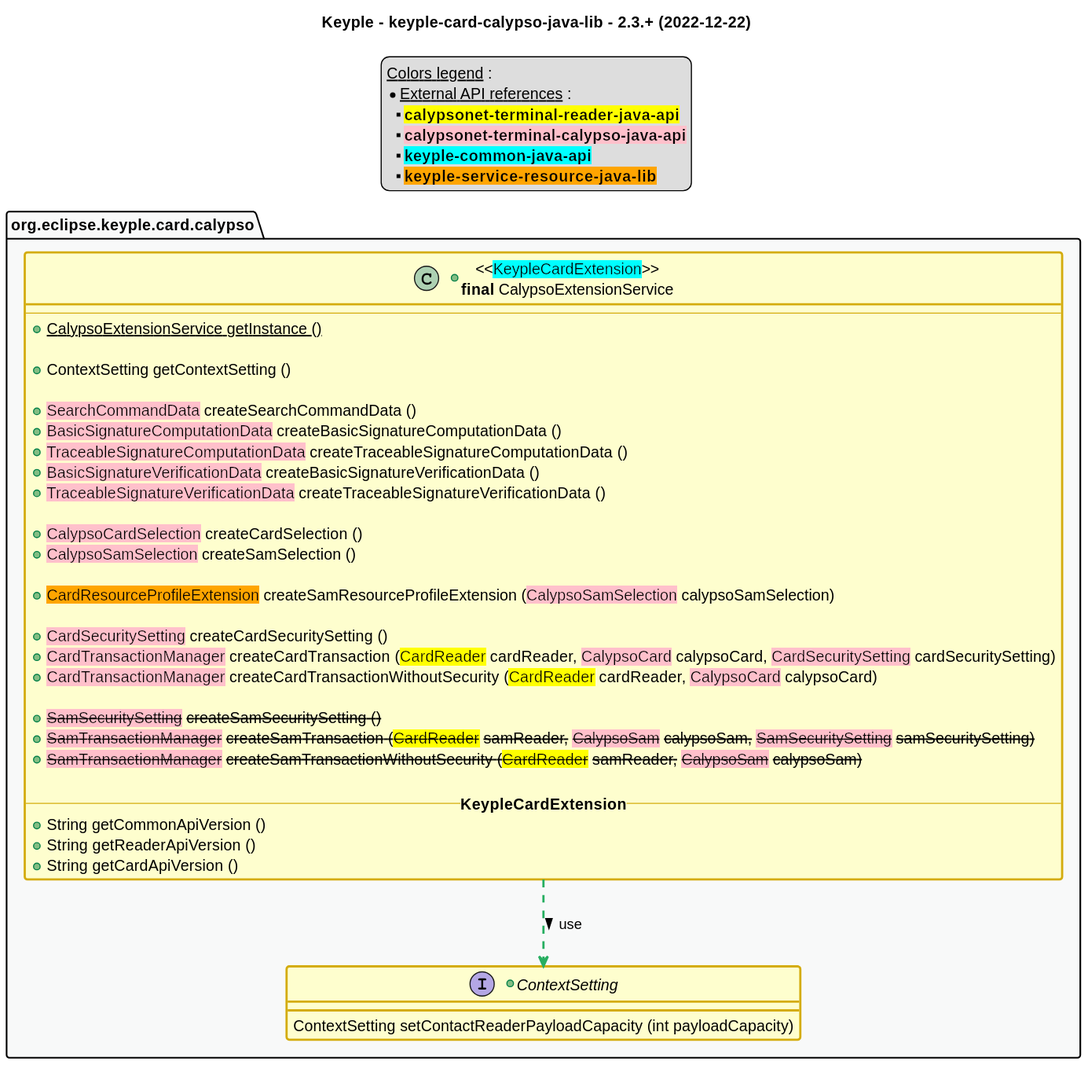
Earlier version of the PlantUML export src/main/uml/api_class_diagram.svg (eclipse-keyple/keyple-card-calypso-java-lib).
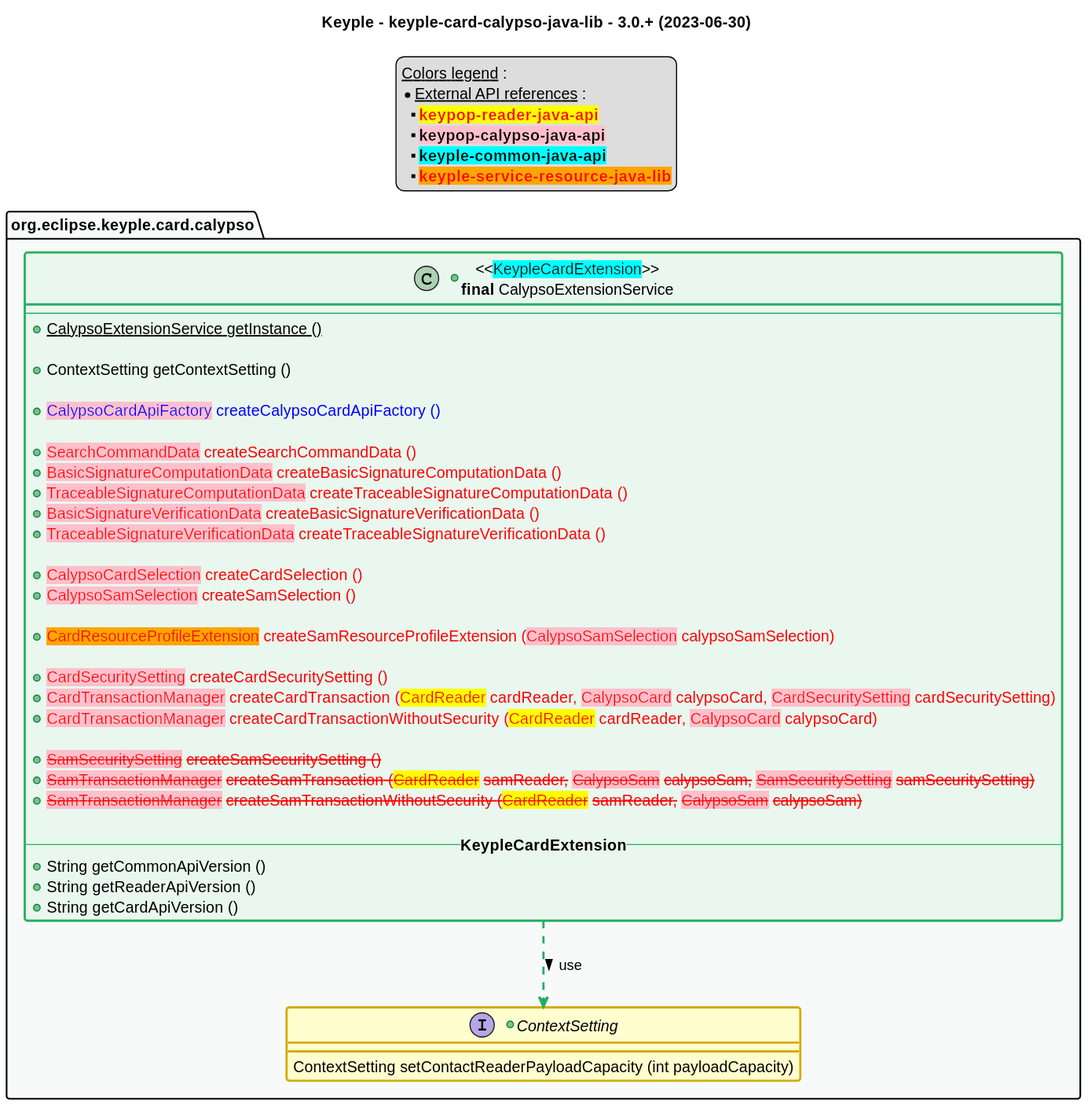
After the change.

Diff of the diagram source:
```diff
@@ -1,6 +1,6 @@
 @startuml
 title
-    Keyple - keyple-card-calypso-java-lib - 2.3.+ (2022-12-22)
+    Keyple - keyple-card-calypso-java-lib - 3.0.+ (2023-06-30)
 end title
 
 
@@ -43,37 +43,39 @@
 legend top
     __Colors legend__ :
     * __External API references__ :
-    ** <back:yellow>**calypsonet-terminal-reader-java-api**</back>
-    ** <back:pink>**calypsonet-terminal-calypso-java-api**</back>
+    ** <color:red><back:yellow>**keypop-reader-java-api**</back>
+    ** <back:pink>**keypop-calypso-java-api**</back>
     ** <back:cyan>**keyple-common-java-api**</back>
-    ** <back:orange>**keyple-service-resource-java-lib**</back>
+    ** <color:red><back:orange>**keyple-service-resource-java-lib**</back>
 end legend
 
 package "org.eclipse.keyple.card.calypso" as calypso {
-    +class "<<<back:cyan>KeypleCardExtension</back>>>\n**final** CalypsoExtensionService" as CalypsoExtensionService {
+    +class "<<<back:cyan>KeypleCardExtension</back>>>\n**final** CalypsoExtensionService" as CalypsoExtensionService <<green>> {
         --
         +{static} CalypsoExtensionService getInstance ()
 
         +ContextSetting getContextSetting ()
 
-        +<back:pink>SearchCommandData</back> createSearchCommandData ()
-        +<back:pink>BasicSignatureComputationData</back> createBasicSignatureComputationData ()
-        +<back:pink>TraceableSignatureComputationData</back> createTraceableSignatureComputationData ()
-        +<back:pink>BasicSignatureVerificationData</back> createBasicSignatureVerificationData ()
-        +<back:pink>TraceableSignatureVerificationData</back> createTraceableSignatureVerificationData ()
+        +<color:blue><back:pink>CalypsoCardApiFactory</back> createCalypsoCardApiFactory ()
 
-        +<back:pink>CalypsoCardSelection</back> createCardSelection ()
-        +<back:pink>CalypsoSamSelection</back> createSamSelection ()
+        +<color:red><back:pink>SearchCommandData</back> createSearchCommandData ()
+        +<color:red><back:pink>BasicSignatureComputationData</back> createBasicSignatureComputationData ()
+        +<color:red><back:pink>TraceableSignatureComputationData</back> createTraceableSignatureComputationData ()
+        +<color:red><back:pink>BasicSignatureVerificationData</back> createBasicSignatureVerificationData ()
+        +<color:red><back:pink>TraceableSignatureVerificationData</back> createTraceableSignatureVerificationData ()
 
-        +<back:orange>CardResourceProfileExtension</back> createSamResourceProfileExtension (<back:pink>CalypsoSamSelection</back> calypsoSamSelection)
+        +<color:red><back:pink>CalypsoCardSelection</back> createCardSelection ()
+        +<color:red><back:pink>CalypsoSamSelection</back> createSamSelection ()
 
-        +<back:pink>CardSecuritySetting</back> createCardSecuritySetting ()
-        +<back:pink>CardTransactionManager</back> createCardTransaction (<back:yellow>CardReader</back> cardReader, <back:pink>CalypsoCard</back> calypsoCard, <back:pink>CardSecuritySetting</back> cardSecuritySetting)
-        +<back:pink>CardTransactionManager</back> createCardTransactionWithoutSecurity (<back:yellow>CardReader</back> cardReader, <back:pink>CalypsoCard</back> calypsoCard)
+        +<color:red><back:orange>CardResourceProfileExtension</back> createSamResourceProfileExtension (<back:pink>CalypsoSamSelection</back> calypsoSamSelection)
 
-        +<s><back:pink>SamSecuritySetting</back> createSamSecuritySetting ()
-        +<s><back:pink>SamTransactionManager</back> createSamTransaction (<back:yellow>CardReader</back> samReader, <back:pink>CalypsoSam</back> calypsoSam, <back:pink>SamSecuritySetting</back> samSecuritySetting)
-        +<s><back:pink>SamTransactionManager</back> createSamTransactionWithoutSecurity (<back:yellow>CardReader</back> samReader, <back:pink>CalypsoSam</back> calypsoSam)
+        +<color:red><back:pink>CardSecuritySetting</back> createCardSecuritySetting ()
+        +<color:red><back:pink>CardTransactionManager</back> createCardTransaction (<back:yellow>CardReader</back> cardReader, <back:pink>CalypsoCard</back> calypsoCard, <back:pink>CardSecuritySetting</back> cardSecuritySetting)
+        +<color:red><back:pink>CardTransactionManager</back> createCardTransactionWithoutSecurity (<back:yellow>CardReader</back> cardReader, <back:pink>CalypsoCard</back> calypsoCard)
+
+        +<color:red><s><back:pink>SamSecuritySetting</back> createSamSecuritySetting ()
+        +<color:red><s><back:pink>SamTransactionManager</back> createSamTransaction (<back:yellow>CardReader</back> samReader, <back:pink>CalypsoSam</back> calypsoSam, <back:pink>SamSecuritySetting</back> samSecuritySetting)
+        +<color:red><s><back:pink>SamTransactionManager</back> createSamTransactionWithoutSecurity (<back:yellow>CardReader</back> samReader, <back:pink>CalypsoSam</back> calypsoSam)
 
         -- **KeypleCardExtension** --
         +String getCommonApiVersion ()
@@ -91,5 +93,4 @@
 
 
 package calypso #C_GREY1 {}
-
 @enduml
```
